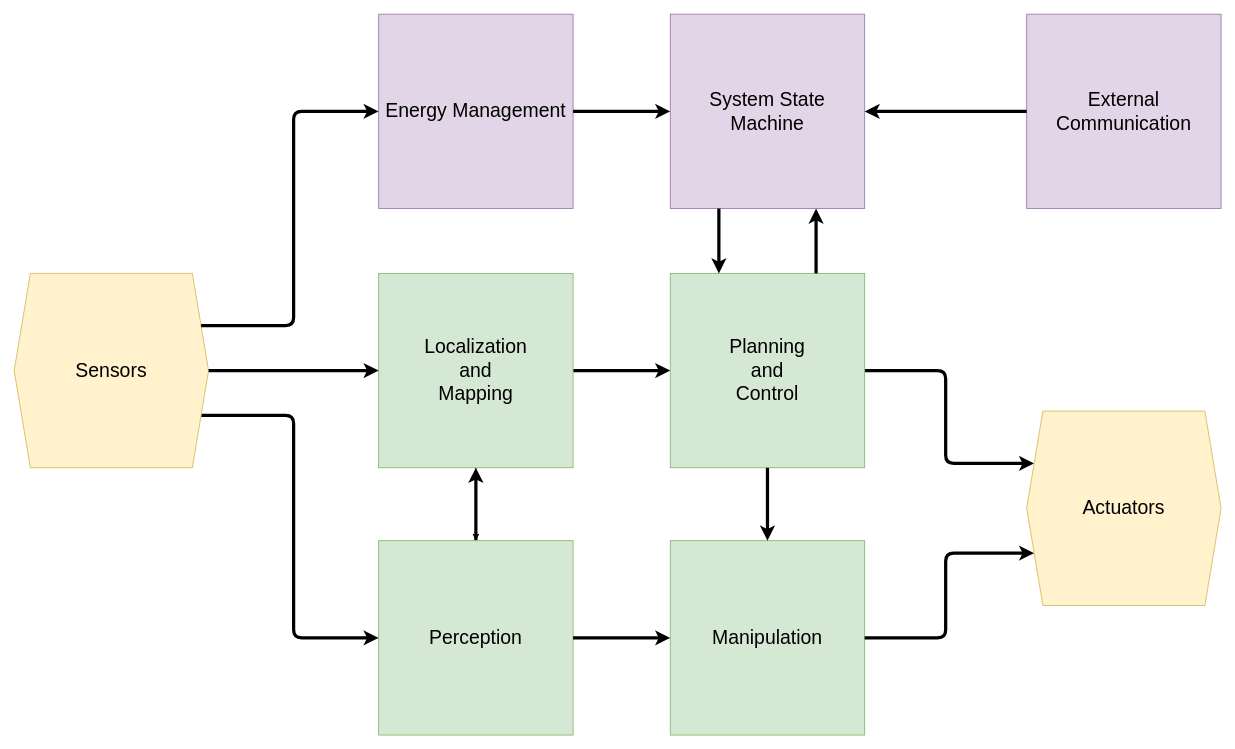
Above: page "#1 Software Structure 1" (1 of 18) of OutdoorNavigationStructure.drawio in ipa-dmo/ipa_outdoor_docu (draw.io), before the change. Source tidied: cells renumbered, new cells numbered last; positions are measured from the earlier drawing's top-left corner, leaving out a move shared by most shapes. Both pictures are drawn from the tidied source at 81%, with x=0, y=0 at pixel (14, 14).
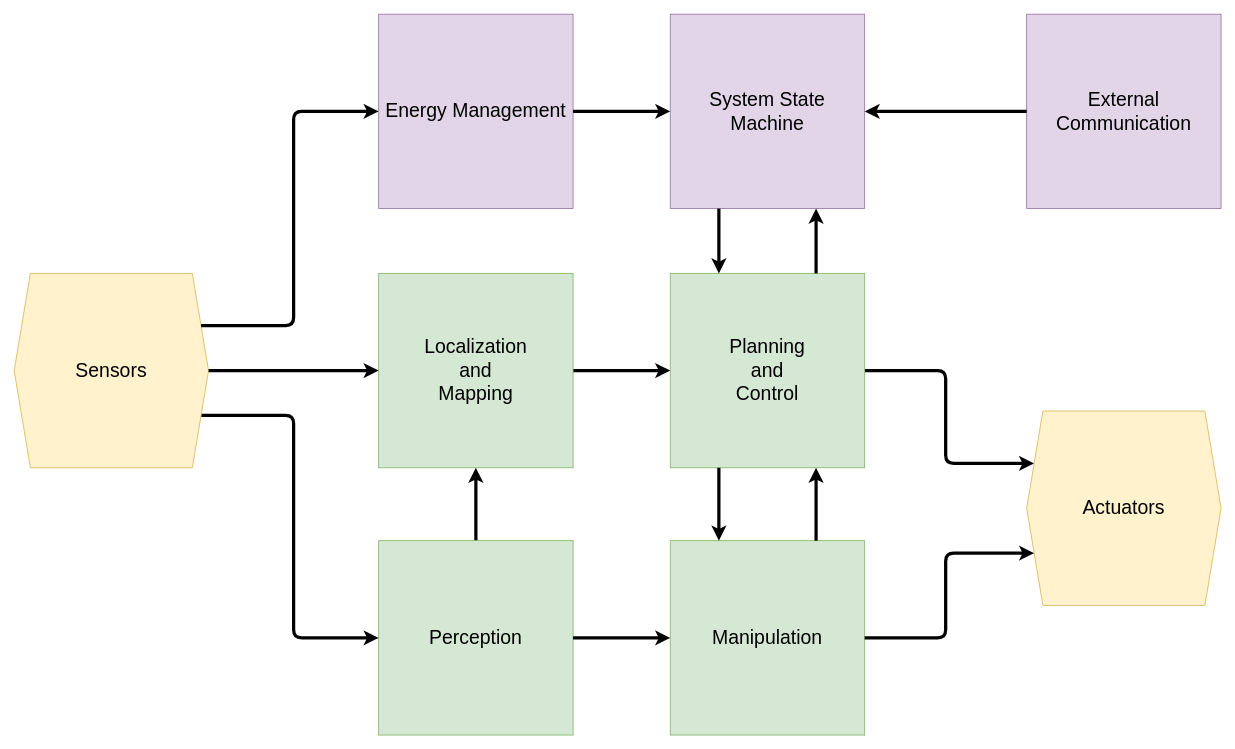
Above is the later version.

Unchanged cells that the change refers to:
```xml
<mxCell id="3" value="&lt;div&gt;&lt;font style=&quot;font-size: 24px&quot; face=&quot;Helvetica&quot;&gt;Planning &lt;br&gt;&lt;/font&gt;&lt;/div&gt;&lt;div&gt;&lt;font style=&quot;font-size: 24px&quot; face=&quot;Helvetica&quot;&gt;and &lt;br&gt;&lt;/font&gt;&lt;/div&gt;&lt;div&gt;&lt;font style=&quot;font-size: 24px&quot; face=&quot;Helvetica&quot;&gt;Control&lt;/font&gt;&lt;/div&gt;" style="whiteSpace=wrap;html=1;fillColor=#d5e8d4;strokeColor=#82b366;" parent="1" vertex="1">
  <mxGeometry x="810" y="320" width="240" height="240" as="geometry" />
</mxCell>
<mxCell id="6" value="&lt;div&gt;&lt;font style=&quot;font-size: 24px&quot; face=&quot;Helvetica&quot;&gt;Localization&lt;font style=&quot;font-size: 24px&quot;&gt; &lt;br&gt;&lt;/font&gt;&lt;/font&gt;&lt;/div&gt;&lt;div&gt;&lt;font style=&quot;font-size: 24px&quot; face=&quot;Helvetica&quot;&gt;&lt;font style=&quot;font-size: 24px&quot;&gt;and &lt;br&gt;&lt;/font&gt;&lt;/font&gt;&lt;/div&gt;&lt;div&gt;&lt;font style=&quot;font-size: 24px&quot; face=&quot;Helvetica&quot;&gt;&lt;font style=&quot;font-size: 24px&quot;&gt;Mapping&lt;/font&gt;&lt;/font&gt;&lt;/div&gt;" style="whiteSpace=wrap;html=1;fillColor=#d5e8d4;strokeColor=#82b366;" parent="1" vertex="1">
  <mxGeometry x="450" y="320" width="240" height="240" as="geometry" />
</mxCell>
<mxCell id="8" value="&lt;font style=&quot;font-size: 24px&quot;&gt;Perception&lt;/font&gt;" style="whiteSpace=wrap;html=1;fillColor=#d5e8d4;strokeColor=#82b366;" parent="1" vertex="1">
  <mxGeometry x="450" y="650" width="240" height="240" as="geometry" />
</mxCell>
<mxCell id="11" value="&lt;font style=&quot;font-size: 24px&quot;&gt;Manipulation&lt;/font&gt;" style="whiteSpace=wrap;html=1;fillColor=#d5e8d4;strokeColor=#82b366;" parent="1" vertex="1">
  <mxGeometry x="810" y="650" width="240" height="240" as="geometry" />
</mxCell>
```

The edit, as a diff of the source:
```diff
@@
-    <mxCell id="5" style="edgeStyle=orthogonalEdgeStyle;rounded=0;jettySize=auto;html=1;" parent="1" edge="1" source="6" target="8">
-      <mxGeometry relative="1" as="geometry" />
-    </mxCell>
@@
-    <mxCell id="15" style="edgeStyle=orthogonalEdgeStyle;jettySize=auto;html=1;strokeWidth=4;exitX=0.5;exitY=1;exitDx=0;exitDy=0;entryX=0.5;entryY=0;entryDx=0;entryDy=0;" parent="1" edge="1" source="3" target="11">
+    <mxCell id="15" style="edgeStyle=orthogonalEdgeStyle;jettySize=auto;html=1;strokeWidth=4;exitX=0.25;exitY=1;exitDx=0;exitDy=0;entryX=0.25;entryY=0;entryDx=0;entryDy=0;" parent="1" edge="1" source="3" target="11">
       <mxGeometry relative="1" as="geometry" />
     </mxCell>
@@
+    <mxCell id="25" style="edgeStyle=orthogonalEdgeStyle;jettySize=auto;html=1;strokeWidth=4;exitX=0.75;exitY=0;exitDx=0;exitDy=0;entryX=0.75;entryY=1;entryDx=0;entryDy=0;" parent="1" edge="1" source="11" target="3">
+      <mxGeometry relative="1" as="geometry" />
+    </mxCell>
```
